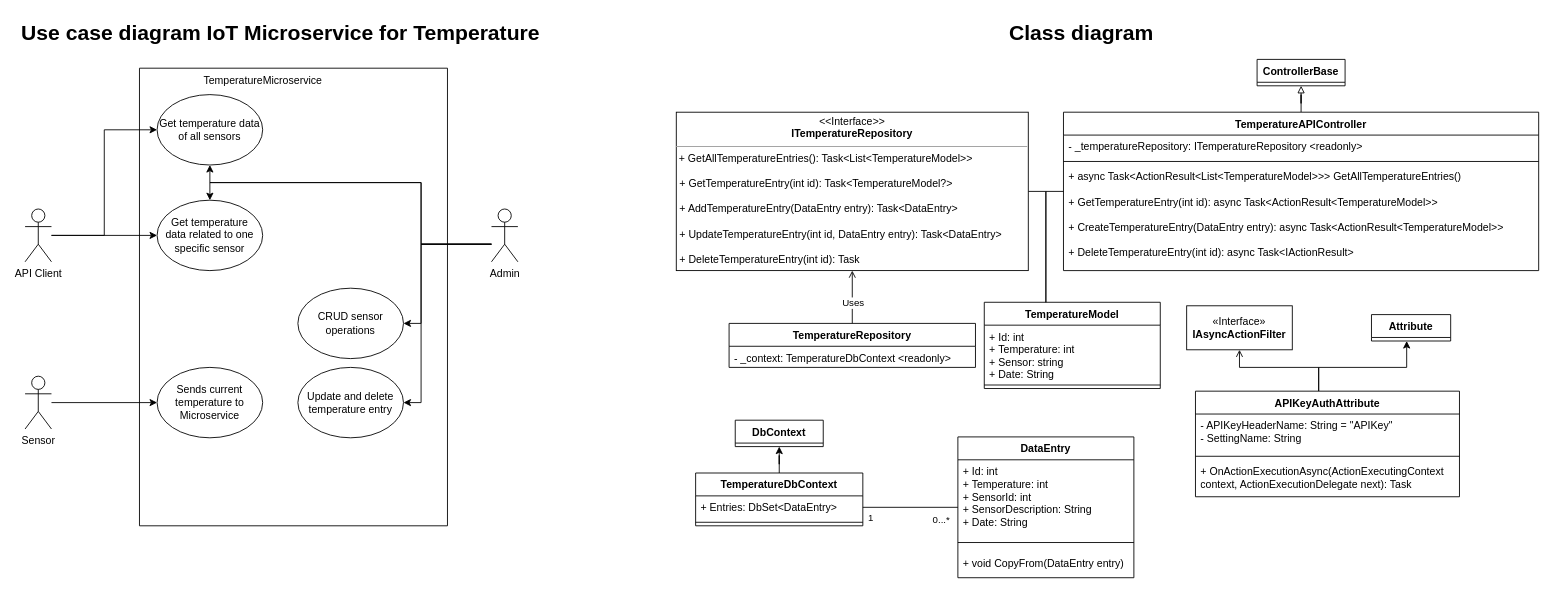
vincentbriat/vincentbriat keeps this draw.io diagram as Advanced_programming_use_case.drawio. Above is the earlier version. Source tidied: cells renumbered, new cells numbered last; positions are measured from the earlier drawing's top-left corner, leaving out a move shared by most shapes. Both pictures are drawn from the tidied source at 88%, with x=0, y=0 at pixel (16, 15).
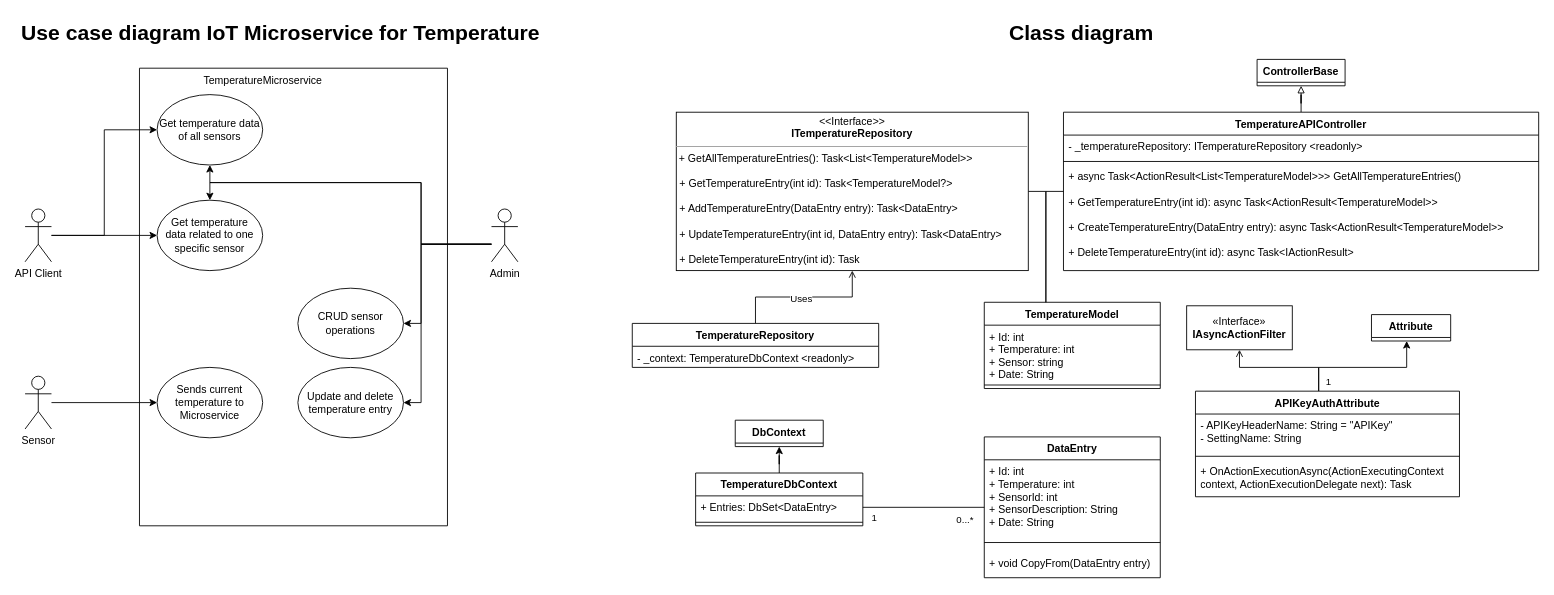
Above is the later version.

Unchanged cells that the change refers to:
```xml
<mxCell id="50" style="edgeStyle=orthogonalEdgeStyle;rounded=0;jettySize=auto;html=1;" parent="1" edge="1" source="51" target="56">
  <mxGeometry relative="1" as="geometry">
    <Array as="points">
      <mxPoint x="1480" y="400" />
      <mxPoint x="1580" y="400" />
    </Array>
  </mxGeometry>
</mxCell>
```

The edit, as a diff of the source:
```diff
@@
     <mxCell id="25" value="DataEntry" style="swimlane;fontStyle=1;align=center;verticalAlign=top;horizontal=1;startSize=26;whiteSpace=wrap;html=1;" parent="1" vertex="1">
-      <mxGeometry x="1070" y="479" width="200" height="160" as="geometry" />
+      <mxGeometry x="1100" y="479" width="200" height="160" as="geometry" />
     </mxCell>
@@
     <mxCell id="47" value="TemperatureRepository" style="swimlane;fontStyle=1;align=center;verticalAlign=top;horizontal=1;startSize=26;whiteSpace=wrap;html=1;" parent="1" vertex="1">
-      <mxGeometry x="810" y="350" width="280" height="50" as="geometry" />
+      <mxGeometry x="700" y="350" width="280" height="50" as="geometry" />
     </mxCell>
@@
+    <mxCell id="57" value="1" style="edgeLabel;html=1;align=center;verticalAlign=middle;" parent="50" vertex="1">
+      <mxGeometry x="-0.86" y="-3" relative="1" as="geometry">
+        <mxPoint x="7" as="offset" />
+      </mxGeometry>
+    </mxCell>
```
